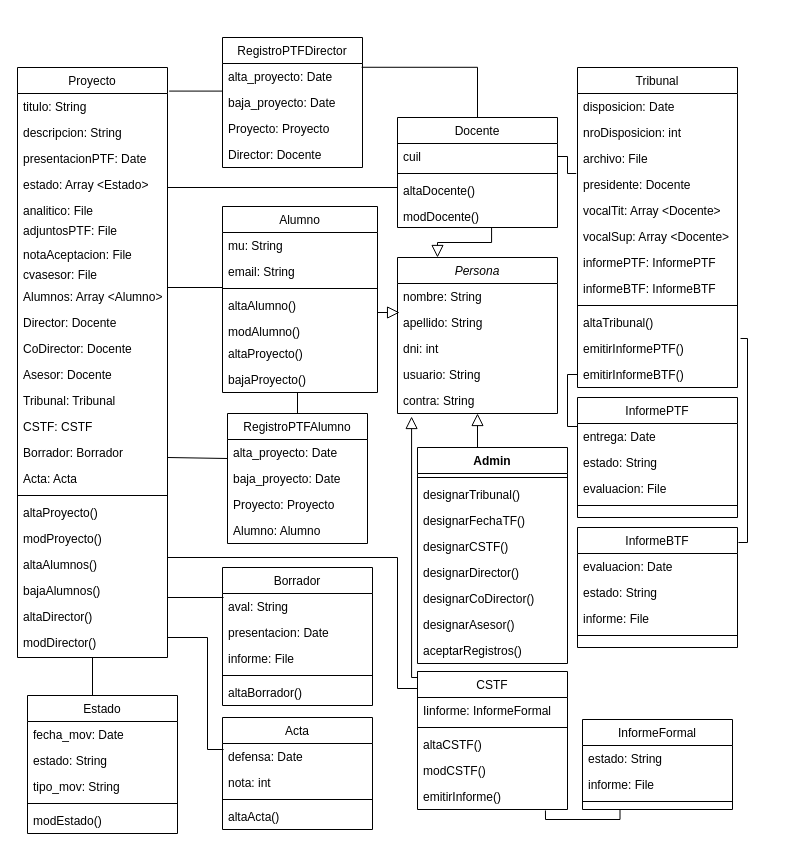
Above: Diagrama sin título.drawio in marcosgomezok/LaboratorioP3 (draw.io), before the change. Source tidied: cells renumbered, new cells numbered last; positions are measured from the earlier drawing's top-left corner, leaving out a move shared by most shapes. Both pictures are drawn from the tidied source at 100%, with x=0, y=0 at pixel (17, 37).
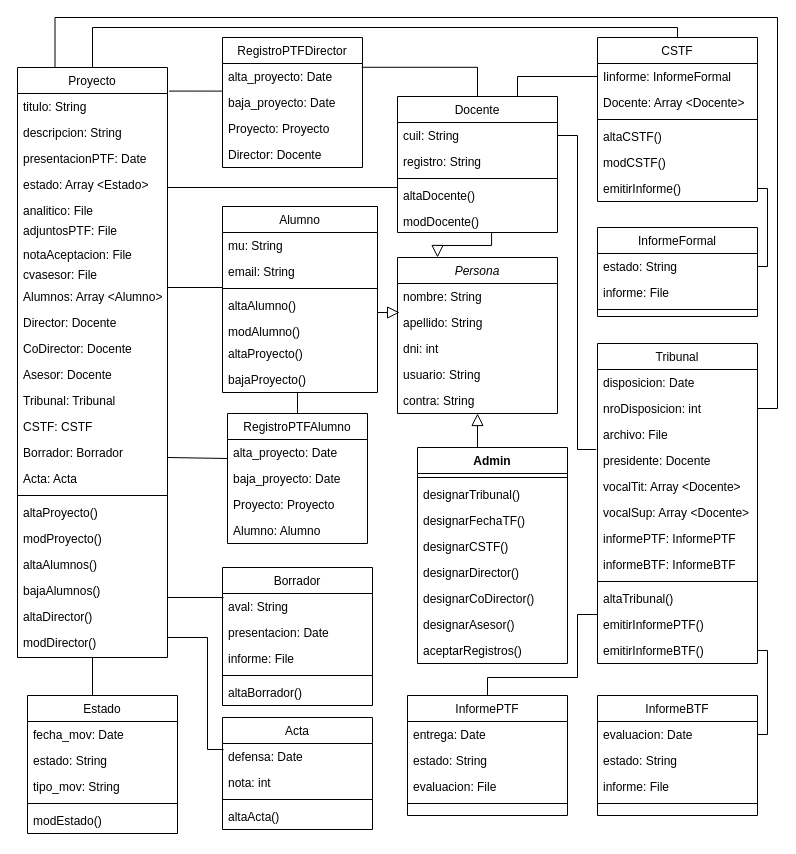
The same diagram, later.

The change refers to these unchanged cells:
```xml
<mxCell id="7" value="contra: String" style="text;align=left;verticalAlign=top;spacingLeft=4;spacingRight=4;overflow=hidden;points=[[0,0.5],[1,0.5]];portConstraint=eastwest;rounded=0;shadow=0;html=0;" parent="2" vertex="1">
  <mxGeometry y="130" width="160" height="26" as="geometry" />
</mxCell>
<mxCell id="23" value="Proyecto" style="swimlane;fontStyle=0;align=center;verticalAlign=top;horizontal=1;startSize=26;rounded=0;shadow=0;strokeWidth=1;" parent="1" vertex="1">
  <mxGeometry y="30" width="150" height="590" as="geometry" />
</mxCell>
<mxCell id="36" value="Tribunal: Tribunal&#10;" style="text;align=left;verticalAlign=top;spacingLeft=4;spacingRight=4;overflow=hidden;points=[[0,0.5],[1,0.5]];portConstraint=eastwest;" parent="23" vertex="1">
  <mxGeometry y="320" width="150" height="26" as="geometry" />
</mxCell>
<mxCell id="59" value="nroDisposicion: int" style="text;align=left;verticalAlign=top;spacingLeft=4;spacingRight=4;overflow=hidden;points=[[0,0.5],[1,0.5]];portConstraint=eastwest;" parent="57" vertex="1">
  <mxGeometry y="52" width="160" height="26" as="geometry" />
</mxCell>
<mxCell id="68" value="emitirInformePTF()" style="text;align=left;verticalAlign=top;spacingLeft=4;spacingRight=4;overflow=hidden;points=[[0,0.5],[1,0.5]];portConstraint=eastwest;" parent="57" vertex="1">
  <mxGeometry y="268" width="160" height="26" as="geometry" />
</mxCell>
<mxCell id="69" value="emitirInformeBTF()" style="text;align=left;verticalAlign=top;spacingLeft=4;spacingRight=4;overflow=hidden;points=[[0,0.5],[1,0.5]];portConstraint=eastwest;" parent="57" vertex="1">
  <mxGeometry y="294" width="160" height="26" as="geometry" />
</mxCell>
<mxCell id="71" value="entrega: Date" style="text;align=left;verticalAlign=top;spacingLeft=4;spacingRight=4;overflow=hidden;points=[[0,0.5],[1,0.5]];portConstraint=eastwest;" parent="70" vertex="1">
  <mxGeometry y="26" width="160" height="26" as="geometry" />
</mxCell>
<mxCell id="87" value="evaluacion: Date" style="text;align=left;verticalAlign=top;spacingLeft=4;spacingRight=4;overflow=hidden;points=[[0,0.5],[1,0.5]];portConstraint=eastwest;" parent="86" vertex="1">
  <mxGeometry y="26" width="160" height="26" as="geometry" />
</mxCell>
```

What changed in the source:
```diff
@@
     <mxCell id="17" value="Docente&#10;" style="swimlane;fontStyle=0;align=center;verticalAlign=top;horizontal=1;startSize=26;rounded=0;shadow=0;strokeWidth=1;" parent="1" vertex="1">
-      <mxGeometry x="380" y="80" width="160" height="110" as="geometry" />
+      <mxGeometry x="380" y="59" width="160" height="136" as="geometry" />
     </mxCell>
-    <mxCell id="18" value="cuil" style="text;align=left;verticalAlign=top;spacingLeft=4;spacingRight=4;overflow=hidden;points=[[0,0.5],[1,0.5]];portConstraint=eastwest;" parent="17" vertex="1">
+    <mxCell id="18" value="cuil: String" style="text;align=left;verticalAlign=top;spacingLeft=4;spacingRight=4;overflow=hidden;points=[[0,0.5],[1,0.5]];portConstraint=eastwest;" parent="17" vertex="1">
       <mxGeometry y="26" width="160" height="26" as="geometry" />
     </mxCell>
+    <mxCell id="133" value="registro: String" style="text;align=left;verticalAlign=top;spacingLeft=4;spacingRight=4;overflow=hidden;" parent="17" vertex="1">
+      <mxGeometry y="52" width="160" height="26" as="geometry" />
+    </mxCell>
     <mxCell id="19" style="line;html=1;strokeWidth=1;align=left;verticalAlign=middle;spacingTop=-1;spacingLeft=3;spacingRight=3;labelPosition=right;" parent="17" vertex="1">
-      <mxGeometry y="52" width="160" height="8" as="geometry" />
+      <mxGeometry y="78" width="160" height="8" as="geometry" />
     </mxCell>
     <mxCell id="20" value="altaDocente()" style="text;align=left;verticalAlign=top;spacingLeft=4;spacingRight=4;overflow=hidden;" parent="17" vertex="1">
-      <mxGeometry y="60" width="160" height="26" as="geometry" />
+      <mxGeometry y="86" width="160" height="26" as="geometry" />
     </mxCell>
     <mxCell id="21" value="modDocente()" style="text;align=left;verticalAlign=top;spacingLeft=4;spacingRight=4;overflow=hidden;points=[[0,0.5],[1,0.5]];portConstraint=eastwest;" parent="17" vertex="1">
-      <mxGeometry y="86" width="160" height="24" as="geometry" />
+      <mxGeometry y="112" width="160" height="24" as="geometry" />
     </mxCell>
@@
     <mxCell id="50" value="CSTF" style="swimlane;fontStyle=0;align=center;verticalAlign=top;horizontal=1;startSize=26;rounded=0;shadow=0;strokeWidth=1;" parent="1" vertex="1">
-      <mxGeometry x="400" y="634" width="150" height="138" as="geometry" />
+      <mxGeometry x="580" width="160" height="164" as="geometry" />
     </mxCell>
+    <mxCell id="134" value="Iinforme: InformeFormal" style="text;align=left;verticalAlign=top;spacingLeft=4;spacingRight=4;overflow=hidden;points=[[0,0.5],[1,0.5]];portConstraint=eastwest;" parent="50" vertex="1">
+      <mxGeometry y="26" width="160" height="26" as="geometry" />
+    </mxCell>
-    <mxCell id="51" value="Iinforme: InformeFormal" style="text;align=left;verticalAlign=top;spacingLeft=4;spacingRight=4;overflow=hidden;" parent="50" vertex="1">
-      <mxGeometry y="26" width="150" height="26" as="geometry" />
+    <mxCell id="51" value="Docente: Array &lt;Docente&gt;" style="text;align=left;verticalAlign=top;spacingLeft=4;spacingRight=4;overflow=hidden;" parent="50" vertex="1">
+      <mxGeometry y="52" width="160" height="26" as="geometry" />
     </mxCell>
     <mxCell id="52" style="line;html=1;strokeWidth=1;align=left;verticalAlign=middle;spacingTop=-1;spacingLeft=3;spacingRight=3;labelPosition=right;" parent="50" vertex="1">
-      <mxGeometry y="52" width="150" height="8" as="geometry" />
+      <mxGeometry y="78" width="160" height="8" as="geometry" />
     </mxCell>
     <mxCell id="53" value="altaCSTF()" style="text;align=left;verticalAlign=top;spacingLeft=4;spacingRight=4;overflow=hidden;" parent="50" vertex="1">
-      <mxGeometry y="60" width="150" height="26" as="geometry" />
+      <mxGeometry y="86" width="160" height="26" as="geometry" />
     </mxCell>
     <mxCell id="54" value="modCSTF()" style="text;align=left;verticalAlign=top;spacingLeft=4;spacingRight=4;overflow=hidden;" parent="50" vertex="1">
-      <mxGeometry y="86" width="150" height="26" as="geometry" />
+      <mxGeometry y="112" width="160" height="26" as="geometry" />
     </mxCell>
     <mxCell id="55" value="emitirInforme()" style="text;align=left;verticalAlign=top;spacingLeft=4;spacingRight=4;overflow=hidden;points=[[0,0.5],[1,0.5]];portConstraint=eastwest;" parent="50" vertex="1">
-      <mxGeometry y="112" width="150" height="26" as="geometry" />
+      <mxGeometry y="138" width="160" height="26" as="geometry" />
     </mxCell>
-    <mxCell id="56" style="endArrow=block;endSize=10;endFill=0;shadow=0;strokeWidth=1;rounded=0;edgeStyle=elbowEdgeStyle;elbow=vertical;entryX=0.088;entryY=1.115;entryDx=0;entryDy=0;entryPerimeter=0;exitX=0;exitY=0;exitDx=0;exitDy=0;" parent="1" edge="1" source="50" target="7">
-      <mxGeometry relative="1" as="geometry">
-        <Array as="points">
-          <mxPoint x="390" y="640" />
-        </Array>
-      </mxGeometry>
-    </mxCell>
     <mxCell id="57" value="Tribunal" style="swimlane;fontStyle=0;align=center;verticalAlign=top;horizontal=1;startSize=26;rounded=0;shadow=0;strokeWidth=1;" parent="1" vertex="1">
-      <mxGeometry x="560" y="30" width="160" height="320" as="geometry" />
+      <mxGeometry x="580" y="306" width="160" height="320" as="geometry" />
     </mxCell>
@@
     <mxCell id="70" value="InformePTF" style="swimlane;fontStyle=0;align=center;verticalAlign=top;horizontal=1;startSize=26;rounded=0;shadow=0;strokeWidth=1;" parent="1" vertex="1">
-      <mxGeometry x="560" y="360" width="160" height="120" as="geometry" />
+      <mxGeometry x="390" y="658" width="160" height="120" as="geometry" />
     </mxCell>
@@
     <mxCell id="75" value="InformeFormal" style="swimlane;fontStyle=0;align=center;verticalAlign=top;horizontal=1;startSize=26;rounded=0;shadow=0;strokeWidth=1;" parent="1" vertex="1">
-      <mxGeometry x="565" y="682" width="150" height="90" as="geometry" />
+      <mxGeometry x="580" y="190" width="160" height="89" as="geometry" />
     </mxCell>
     <mxCell id="76" value="estado: String" style="text;align=left;verticalAlign=top;spacingLeft=4;spacingRight=4;overflow=hidden;points=[[0,0.5],[1,0.5]];portConstraint=eastwest;" parent="75" vertex="1">
-      <mxGeometry y="26" width="150" height="26" as="geometry" />
+      <mxGeometry y="26" width="160" height="26" as="geometry" />
     </mxCell>
     <mxCell id="77" value="informe: File" style="text;align=left;verticalAlign=top;spacingLeft=4;spacingRight=4;overflow=hidden;" parent="75" vertex="1">
-      <mxGeometry y="52" width="150" height="26" as="geometry" />
+      <mxGeometry y="52" width="160" height="26" as="geometry" />
     </mxCell>
     <mxCell id="78" style="line;html=1;strokeWidth=1;align=left;verticalAlign=middle;spacingTop=-1;spacingLeft=3;spacingRight=3;labelPosition=right;" parent="75" vertex="1">
-      <mxGeometry y="78" width="150" height="8" as="geometry" />
+      <mxGeometry y="78" width="160" height="8" as="geometry" />
     </mxCell>
@@
-    <mxCell id="80" style="endArrow=none;html=1;edgeStyle=orthogonalEdgeStyle;rounded=0;entryX=0;entryY=0.5;entryDx=0;entryDy=0;exitX=1;exitY=0.5;exitDx=0;exitDy=0;" parent="1" edge="1" source="36" target="50">
-      <mxGeometry relative="1" as="geometry">
-        <Array as="points">
-          <mxPoint x="150" y="520" />
-          <mxPoint x="380" y="520" />
-          <mxPoint x="380" y="651" />
-        </Array>
-      </mxGeometry>
-    </mxCell>
@@
     <mxCell id="86" value="InformeBTF" style="swimlane;fontStyle=0;align=center;verticalAlign=top;horizontal=1;startSize=26;rounded=0;shadow=0;strokeWidth=1;" parent="1" vertex="1">
-      <mxGeometry x="560" y="490" width="160" height="120" as="geometry" />
+      <mxGeometry x="580" y="658" width="160" height="120" as="geometry" />
     </mxCell>
@@
-    <mxCell id="91" style="endArrow=none;html=1;edgeStyle=orthogonalEdgeStyle;rounded=0;entryX=1.006;entryY=0.125;entryDx=0;entryDy=0;entryPerimeter=0;exitX=1.019;exitY=0.115;exitDx=0;exitDy=0;exitPerimeter=0;" parent="1" edge="1" source="68" target="86">
-      <mxGeometry relative="1" as="geometry">
-        <Array as="points">
-          <mxPoint x="730" y="301" />
-          <mxPoint x="730" y="505" />
-        </Array>
-      </mxGeometry>
-    </mxCell>
-    <mxCell id="92" style="endArrow=none;html=1;edgeStyle=orthogonalEdgeStyle;rounded=0;entryX=0;entryY=0.115;entryDx=0;entryDy=0;entryPerimeter=0;exitX=0;exitY=0.5;exitDx=0;exitDy=0;" parent="1" edge="1" source="69" target="71">
-      <mxGeometry relative="1" as="geometry" />
+    <mxCell id="92" style="endArrow=none;html=1;edgeStyle=orthogonalEdgeStyle;rounded=0;entryX=0.5;entryY=0;entryDx=0;entryDy=0;exitX=0;exitY=0.5;exitDx=0;exitDy=0;" parent="1" edge="1" source="69" target="70">
+      <mxGeometry relative="1" as="geometry">
+        <Array as="points">
+          <mxPoint x="560" y="577" />
+          <mxPoint x="560" y="640" />
+          <mxPoint x="470" y="640" />
+        </Array>
+      </mxGeometry>
     </mxCell>
@@
-    <mxCell id="116" style="endArrow=none;html=1;edgeStyle=orthogonalEdgeStyle;rounded=0;exitX=0.853;exitY=1.038;exitDx=0;exitDy=0;exitPerimeter=0;entryX=0.25;entryY=1;entryDx=0;entryDy=0;" parent="1" edge="1" source="55" target="75">
-      <mxGeometry relative="1" as="geometry" />
-    </mxCell>
@@
+    <mxCell id="135" style="endArrow=none;html=1;edgeStyle=orthogonalEdgeStyle;rounded=0;exitX=0.5;exitY=0;exitDx=0;exitDy=0;entryX=0.5;entryY=0;entryDx=0;entryDy=0;" parent="1" edge="1" source="23" target="50">
+      <mxGeometry relative="1" as="geometry" />
+    </mxCell>
+    <mxCell id="136" style="endArrow=none;html=1;edgeStyle=orthogonalEdgeStyle;rounded=0;entryX=1;entryY=0.5;entryDx=0;entryDy=0;exitX=1;exitY=0.5;exitDx=0;exitDy=0;" parent="1" edge="1" source="76" target="55">
+      <mxGeometry relative="1" as="geometry" />
+    </mxCell>
+    <mxCell id="137" style="endArrow=none;html=1;edgeStyle=orthogonalEdgeStyle;rounded=0;exitX=1;exitY=0.5;exitDx=0;exitDy=0;entryX=1;entryY=0.5;entryDx=0;entryDy=0;" parent="1" edge="1" source="69" target="87">
+      <mxGeometry relative="1" as="geometry" />
+    </mxCell>
+    <mxCell id="138" style="endArrow=none;html=1;edgeStyle=orthogonalEdgeStyle;rounded=0;exitX=0.75;exitY=0;exitDx=0;exitDy=0;entryX=0;entryY=0.5;entryDx=0;entryDy=0;" parent="1" edge="1" source="17" target="134">
+      <mxGeometry relative="1" as="geometry" />
+    </mxCell>
+    <mxCell id="139" style="endArrow=none;html=1;edgeStyle=orthogonalEdgeStyle;rounded=0;exitX=0.25;exitY=0;exitDx=0;exitDy=0;entryX=1;entryY=0.5;entryDx=0;entryDy=0;" parent="1" edge="1" source="23" target="59">
+      <mxGeometry relative="1" as="geometry">
+        <Array as="points">
+          <mxPoint x="38" y="-20" />
+          <mxPoint x="760" y="-20" />
+          <mxPoint x="760" y="371" />
+        </Array>
+      </mxGeometry>
+    </mxCell>
```
